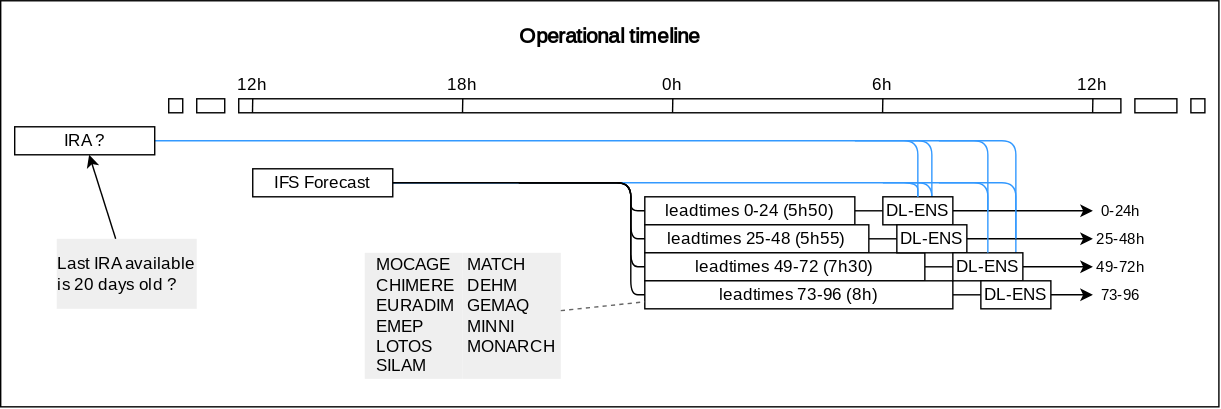
Before: doc/images/oper_timeline.svg, a diagram exported from draw.io (meteofrance/cams-dl-ensemble). Source tidied: cells renumbered, new cells last; positions are measured from the earlier drawing's top-left corner, leaving out a move shared by most shapes.
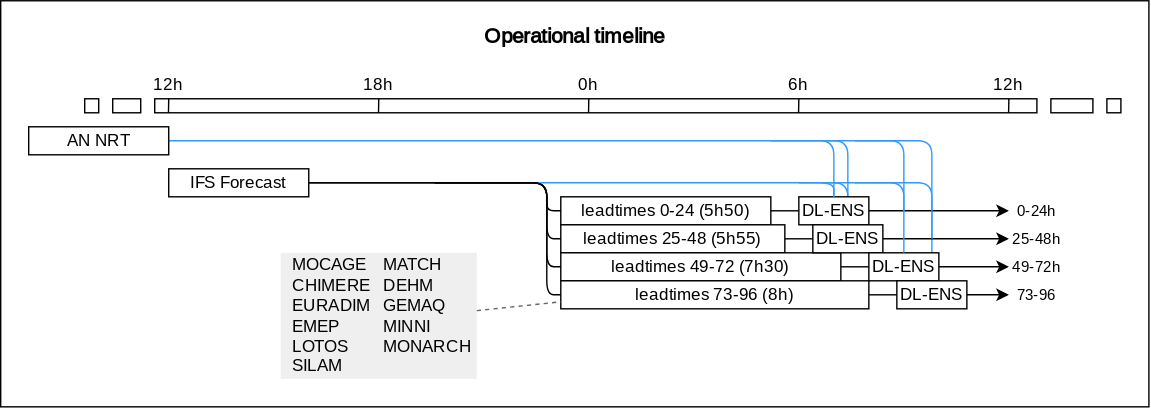
Later version of the same file.

What changed in the source:
```diff
@@ -2,9 +2,9 @@
   <root>
     <mxCell id="0" />
     <mxCell id="1" parent="0" />
-    <mxCell id="2" style="rounded=0;whiteSpace=wrap;html=1;" parent="1" vertex="1">
-      <mxGeometry width="870" height="290" as="geometry" />
-    </mxCell>
+    <mxCell id="58" style="rounded=0;whiteSpace=wrap;html=1;" parent="1" vertex="1">
+      <mxGeometry x="60" width="820" height="290" as="geometry" />
+    </mxCell>
     <mxCell id="3" style="edgeStyle=orthogonalEdgeStyle;shape=connector;rounded=1;html=1;entryX=0.5;entryY=0;entryDx=0;entryDy=0;strokeColor=#3399FF;align=center;verticalAlign=middle;fontFamily=Helvetica;fontSize=11;fontColor=default;labelBackgroundColor=default;endArrow=none;endFill=0;" parent="1" edge="1" target="40">
       <mxGeometry relative="1" as="geometry">
         <mxPoint x="610" y="100" as="sourcePoint" />
@@ -111,14 +111,14 @@
         </Array>
       </mxGeometry>
     </mxCell>
-    <mxCell id="26" value="IRA ?" style="rounded=0;whiteSpace=wrap;html=1;fontFamily=Atkinson Hyperlegible;fontSource=https%3A%2F%2Ffonts.googleapis.com%2Fcss%3Ffamily%3DAtkinson%2BHyperlegible;" parent="1" vertex="1">
-      <mxGeometry x="10" y="90" width="100" height="20" as="geometry" />
+    <mxCell id="26" value="AN NRT" style="rounded=0;whiteSpace=wrap;html=1;fontFamily=Atkinson Hyperlegible;fontSource=https%3A%2F%2Ffonts.googleapis.com%2Fcss%3Ffamily%3DAtkinson%2BHyperlegible;" parent="1" vertex="1">
+      <mxGeometry x="80" y="90" width="100" height="20" as="geometry" />
     </mxCell>
     <mxCell id="27" value="&lt;div&gt;0-24h&lt;/div&gt;" style="text;html=1;align=center;verticalAlign=middle;whiteSpace=wrap;rounded=0;fontFamily=Atkinson Hyperlegible;fontSize=11;fontColor=default;labelBackgroundColor=default;fontSource=https%3A%2F%2Ffonts.googleapis.com%2Fcss%3Ffamily%3DAtkinson%2BHyperlegible;" parent="1" vertex="1">
       <mxGeometry x="780" y="140" width="40" height="20" as="geometry" />
     </mxCell>
     <mxCell id="28" value="Operational timeline" style="text;html=1;align=center;verticalAlign=middle;whiteSpace=wrap;rounded=0;fontFamily=Atkinson Hyperlegible;fontSize=15;fontColor=default;labelBackgroundColor=default;fontSource=https%3A%2F%2Ffonts.googleapis.com%2Fcss%3Ffamily%3DAtkinson%2BHyperlegible;fontStyle=1;" parent="1" vertex="1">
-      <mxGeometry y="10" width="870" height="30" as="geometry" />
+      <mxGeometry x="60" y="10" width="820" height="30" as="geometry" />
     </mxCell>
     <mxCell id="29" style="rounded=0;whiteSpace=wrap;html=1;fontFamily=Helvetica;fontSize=11;fontColor=default;labelBackgroundColor=default;" parent="1" vertex="1">
       <mxGeometry x="810" y="70" width="30" height="10" as="geometry" />
@@ -233,12 +233,6 @@
     <mxCell id="54" style="edgeStyle=none;html=1;dashed=1;fillColor=#f5f5f5;strokeColor=#666666;endArrow=none;endFill=0;entryX=0;entryY=0.75;entryDx=0;entryDy=0;" parent="1" edge="1" source="17" target="38">
       <mxGeometry relative="1" as="geometry" />
     </mxCell>
-    <mxCell id="55" value="&lt;div style=&quot;scrollbar-color: rgb(226, 226, 226) rgb(251, 251, 251); text-align: left; text-decoration-color: initial;&quot;&gt;Last IRA available is 20 days old ?&lt;/div&gt;" style="rounded=0;whiteSpace=wrap;html=1;strokeColor=none;fontFamily=Atkinson Hyperlegible;fontSource=https%3A%2F%2Ffonts.googleapis.com%2Fcss%3Ffamily%3DAtkinson%2BHyperlegible;fillColor=#EFEFEF;" parent="1" vertex="1">
-      <mxGeometry x="40" y="170" width="100" height="50" as="geometry" />
-    </mxCell>
-    <mxCell id="56" style="edgeStyle=none;html=1;" parent="1" edge="1" source="55" target="26">
-      <mxGeometry relative="1" as="geometry" />
-    </mxCell>
     <mxCell id="57" value="&lt;div style=&quot;scrollbar-color: rgb(226, 226, 226) rgb(251, 251, 251); text-align: left; text-decoration-color: initial;&quot;&gt;&lt;font style=&quot;scrollbar-color: rgb(226, 226, 226) rgb(251, 251, 251); text-decoration-color: initial;&quot;&gt;&amp;nbsp;MOCAGE&lt;/font&gt;&lt;/div&gt;&lt;div style=&quot;scrollbar-color: rgb(226, 226, 226) rgb(251, 251, 251); text-align: left; text-decoration-color: initial;&quot;&gt;&lt;font style=&quot;scrollbar-color: rgb(226, 226, 226) rgb(251, 251, 251); text-decoration-color: initial;&quot;&gt;&amp;nbsp;CHIMERE&lt;/font&gt;&lt;/div&gt;&lt;div style=&quot;scrollbar-color: rgb(226, 226, 226) rgb(251, 251, 251); text-align: left; text-decoration-color: initial;&quot;&gt;&lt;font style=&quot;scrollbar-color: rgb(226, 226, 226) rgb(251, 251, 251); text-decoration-color: initial;&quot;&gt;&amp;nbsp;EURADIM&lt;/font&gt;&lt;/div&gt;&lt;div style=&quot;scrollbar-color: rgb(226, 226, 226) rgb(251, 251, 251); text-align: left; text-decoration-color: initial;&quot;&gt;&lt;font style=&quot;scrollbar-color: rgb(226, 226, 226) rgb(251, 251, 251); text-decoration-color: initial;&quot;&gt;&amp;nbsp;EMEP&lt;/font&gt;&lt;/div&gt;&lt;div style=&quot;scrollbar-color: rgb(226, 226, 226) rgb(251, 251, 251); text-align: left; text-decoration-color: initial;&quot;&gt;&lt;font style=&quot;scrollbar-color: rgb(226, 226, 226) rgb(251, 251, 251); text-decoration-color: initial;&quot;&gt;&amp;nbsp;LOTOS&lt;/font&gt;&lt;/div&gt;&lt;div style=&quot;scrollbar-color: rgb(226, 226, 226) rgb(251, 251, 251); text-align: left; text-decoration-color: initial;&quot;&gt;&lt;font style=&quot;scrollbar-color: rgb(226, 226, 226) rgb(251, 251, 251); text-decoration-color: initial;&quot;&gt;&amp;nbsp;SILAM&lt;/font&gt;&lt;/div&gt;" style="rounded=0;whiteSpace=wrap;html=1;strokeColor=none;fontFamily=Atkinson Hyperlegible;fontSource=https%3A%2F%2Ffonts.googleapis.com%2Fcss%3Ffamily%3DAtkinson%2BHyperlegible;fillColor=#EFEFEF;" parent="1" vertex="1">
       <mxGeometry x="260" y="180" width="70" height="90" as="geometry" />
     </mxCell>
```
